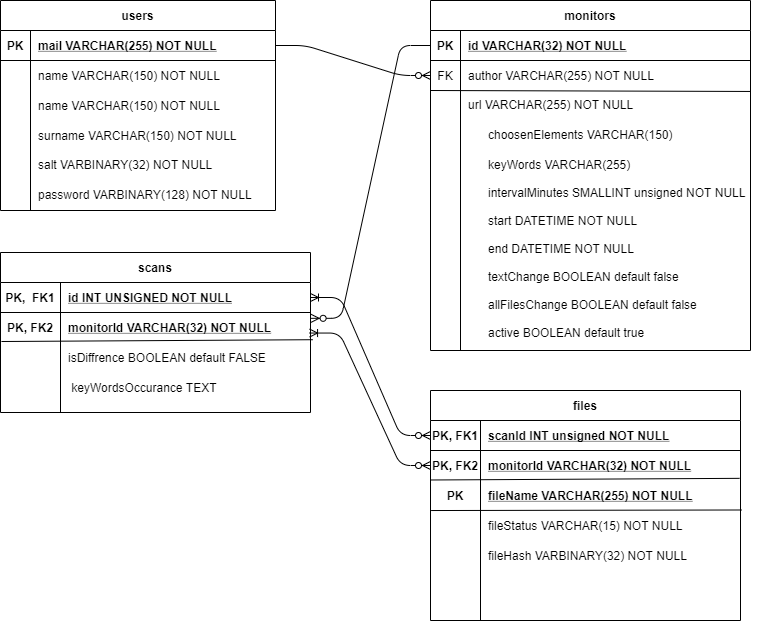
Above: pdf/db.png in JanKulbinski/WebsiteMonitor (draw.io), before the change. Source tidied: cells renumbered, new cells last; positions are measured from the earlier drawing's top-left corner, leaving out a move shared by most shapes.
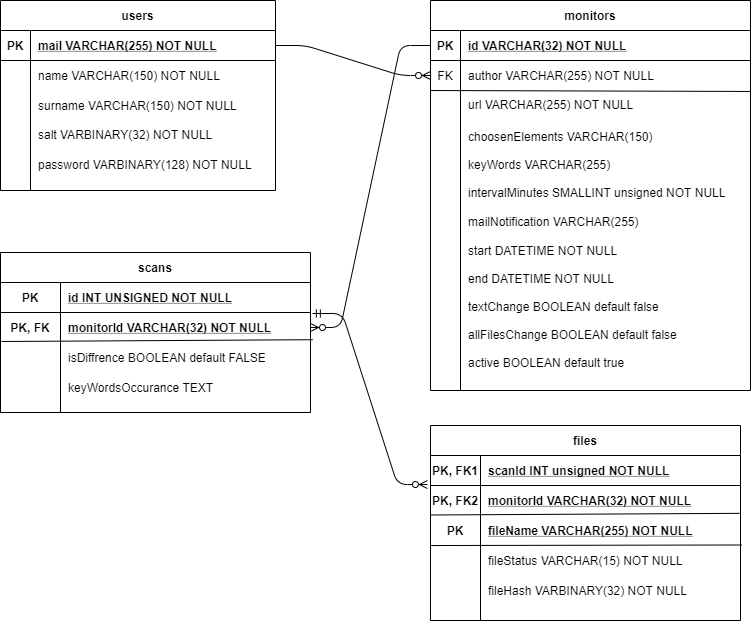
After the change.

Diff of the diagram source:
```diff
@@ -3,12 +3,12 @@
     <mxCell id="0" />
     <mxCell id="1" parent="0" />
     <mxCell id="2" value="scans" style="shape=table;startSize=30;rowLines=0;fontStyle=1;align=center;fillColor=none;" parent="1" vertex="1">
-      <mxGeometry y="252" width="310" height="160" as="geometry" />
+      <mxGeometry x="30" y="252" width="310" height="160" as="geometry" />
     </mxCell>
     <mxCell id="3" style="shape=partialRectangle;fillColor=none;points=[[0,0.5],[1,0.5]];portConstraint=eastwest;top=0;left=0;right=0;bottom=1;" parent="2" vertex="1">
       <mxGeometry y="30" width="310" height="30" as="geometry" />
     </mxCell>
-    <mxCell id="4" value="PK,  FK1" style="shape=partialRectangle;overflow=hidden;fillColor=none;top=0;left=0;bottom=0;right=0;fontStyle=1;" parent="3" vertex="1">
+    <mxCell id="4" value="PK" style="shape=partialRectangle;overflow=hidden;fillColor=none;top=0;left=0;bottom=0;right=0;fontStyle=1;" parent="3" vertex="1">
       <mxGeometry width="60" height="30" as="geometry" />
     </mxCell>
     <mxCell id="5" value="id INT UNSIGNED NOT NULL " style="shape=partialRectangle;overflow=hidden;fillColor=none;top=0;left=0;bottom=0;right=0;align=left;spacingLeft=6;fontStyle=5;" parent="3" vertex="1">
@@ -17,7 +17,7 @@
     <mxCell id="6" style="shape=partialRectangle;fillColor=none;points=[[0,0.5],[1,0.5]];portConstraint=eastwest;top=0;left=0;right=0;bottom=0;" parent="2" vertex="1">
       <mxGeometry y="60" width="310" height="30" as="geometry" />
     </mxCell>
-    <mxCell id="7" value="PK, FK2" style="shape=partialRectangle;overflow=hidden;fillColor=none;top=0;left=0;bottom=0;right=0;fontStyle=1;" parent="6" vertex="1">
+    <mxCell id="7" value="PK, FK" style="shape=partialRectangle;overflow=hidden;fillColor=none;top=0;left=0;bottom=0;right=0;fontStyle=1;" parent="6" vertex="1">
       <mxGeometry width="60" height="30" as="geometry" />
     </mxCell>
     <mxCell id="8" value="monitorId VARCHAR(32) NOT NULL" style="shape=partialRectangle;overflow=hidden;fillColor=none;top=0;left=0;bottom=0;right=0;align=left;spacingLeft=6;fontStyle=5;" parent="6" vertex="1">
@@ -38,14 +38,14 @@
     <mxCell id="13" style="shape=partialRectangle;fillColor=none;top=0;left=0;bottom=0;right=0;overflow=hidden;" parent="12" vertex="1">
       <mxGeometry width="60" height="30" as="geometry" />
     </mxCell>
-    <mxCell id="14" value=" keyWordsOccurance TEXT" style="shape=partialRectangle;fillColor=none;top=0;left=0;bottom=0;right=0;align=left;spacingLeft=6;overflow=hidden;" parent="12" vertex="1">
+    <mxCell id="14" value="keyWordsOccurance TEXT" style="shape=partialRectangle;fillColor=none;top=0;left=0;bottom=0;right=0;align=left;spacingLeft=6;overflow=hidden;" parent="12" vertex="1">
       <mxGeometry x="60" width="250" height="30" as="geometry" />
     </mxCell>
     <mxCell id="15" style="endArrow=none;html=1;fontSize=15;fontColor=#000000;entryX=1.007;entryY=0.907;entryDx=0;entryDy=0;entryPerimeter=0;exitX=0.003;exitY=-0.033;exitDx=0;exitDy=0;exitPerimeter=0;" parent="2" edge="1" source="9" target="6">
       <mxGeometry relative="1" as="geometry" />
     </mxCell>
     <mxCell id="16" value="files" style="shape=table;startSize=30;rowLines=0;fontStyle=1;align=center;fillColor=none;" parent="1" vertex="1">
-      <mxGeometry x="430" y="390" width="310" height="230" as="geometry" />
+      <mxGeometry x="460" y="425" width="310" height="195" as="geometry" />
     </mxCell>
     <mxCell id="17" style="shape=partialRectangle;fillColor=none;points=[[0,0.5],[1,0.5]];portConstraint=eastwest;top=0;left=0;right=0;bottom=1;" parent="16" vertex="1">
       <mxGeometry y="30" width="310" height="30" as="geometry" />
@@ -99,7 +99,7 @@
       <mxGeometry relative="1" as="geometry" />
     </mxCell>
     <mxCell id="34" value="users" style="shape=table;startSize=30;rowLines=0;fontStyle=1;align=center;fillColor=none;gradientColor=none;" parent="1" vertex="1">
-      <mxGeometry width="275" height="210" as="geometry" />
+      <mxGeometry x="30" width="275" height="190" as="geometry" />
     </mxCell>
     <mxCell id="35" style="shape=partialRectangle;fillColor=none;top=0;left=0;bottom=1;right=0;points=[[0,0.5],[1,0.5]];portConstraint=eastwest;" parent="34" vertex="1">
       <mxGeometry y="30" width="275" height="30" as="geometry" />
@@ -119,17 +119,8 @@
     <mxCell id="40" value="name VARCHAR(150) NOT NULL" style="shape=partialRectangle;fillColor=none;top=0;left=0;bottom=0;right=0;align=left;spacingLeft=6;overflow=hidden;" parent="38" vertex="1">
       <mxGeometry x="30" width="245" height="30" as="geometry" />
     </mxCell>
-    <mxCell id="41" style="shape=partialRectangle;fillColor=none;top=0;left=0;bottom=0;right=0;" parent="34" vertex="1">
-      <mxGeometry y="90" width="275" height="30" as="geometry" />
-    </mxCell>
-    <mxCell id="42" style="shape=partialRectangle;fillColor=none;top=0;left=0;bottom=0;right=0;overflow=hidden;" parent="41" vertex="1">
-      <mxGeometry width="30" height="30" as="geometry" />
-    </mxCell>
-    <mxCell id="43" value="name VARCHAR(150) NOT NULL" style="shape=partialRectangle;fillColor=none;top=0;left=0;bottom=0;right=0;align=left;spacingLeft=6;overflow=hidden;" parent="41" vertex="1">
-      <mxGeometry x="30" width="245" height="30" as="geometry" />
-    </mxCell>
     <mxCell id="44" style="shape=partialRectangle;fillColor=none;top=0;left=0;bottom=0;right=0;" parent="34" vertex="1">
-      <mxGeometry y="120" width="275" height="30" as="geometry" />
+      <mxGeometry y="90" width="275" height="30" as="geometry" />
     </mxCell>
     <mxCell id="45" style="shape=partialRectangle;fillColor=none;top=0;left=0;bottom=0;right=0;overflow=hidden;" parent="44" vertex="1">
       <mxGeometry width="30" height="30" as="geometry" />
@@ -138,7 +129,7 @@
       <mxGeometry x="30" width="245" height="30" as="geometry" />
     </mxCell>
     <mxCell id="47" style="shape=partialRectangle;fillColor=none;top=0;left=0;bottom=0;right=0;" parent="34" vertex="1">
-      <mxGeometry y="150" width="275" height="28" as="geometry" />
+      <mxGeometry y="120" width="275" height="28" as="geometry" />
     </mxCell>
     <mxCell id="48" style="shape=partialRectangle;fillColor=none;top=0;left=0;bottom=0;right=0;overflow=hidden;" parent="47" vertex="1">
       <mxGeometry width="30" height="28" as="geometry" />
@@ -146,11 +137,20 @@
     <mxCell id="49" value="salt VARBINARY(32) NOT NULL" style="shape=partialRectangle;fillColor=none;top=0;left=0;bottom=0;right=0;align=left;spacingLeft=6;overflow=hidden;" parent="47" vertex="1">
       <mxGeometry x="30" width="245" height="28" as="geometry" />
     </mxCell>
+    <mxCell id="41" style="shape=partialRectangle;fillColor=none;top=0;left=0;bottom=0;right=0;" parent="34" vertex="1">
+      <mxGeometry y="148" width="275" height="30" as="geometry" />
+    </mxCell>
+    <mxCell id="42" style="shape=partialRectangle;fillColor=none;top=0;left=0;bottom=0;right=0;overflow=hidden;" parent="41" vertex="1">
+      <mxGeometry width="30" height="30" as="geometry" />
+    </mxCell>
+    <mxCell id="43" style="shape=partialRectangle;fillColor=none;top=0;left=0;bottom=0;right=0;align=left;spacingLeft=6;overflow=hidden;" parent="41" vertex="1">
+      <mxGeometry x="30" width="245" height="30" as="geometry" />
+    </mxCell>
     <mxCell id="50" value="password VARBINARY(128) NOT NULL" style="shape=partialRectangle;fillColor=none;top=0;left=0;bottom=0;right=0;align=left;spacingLeft=6;overflow=hidden;" parent="1" vertex="1">
-      <mxGeometry x="30" y="180" width="245" height="28" as="geometry" />
+      <mxGeometry x="60" y="150" width="245" height="28" as="geometry" />
     </mxCell>
     <mxCell id="51" value="monitors" style="shape=table;startSize=30;rowLines=0;fontStyle=1;align=center;fillColor=none;gradientColor=none;" parent="1" vertex="1">
-      <mxGeometry x="430" width="320" height="350" as="geometry" />
+      <mxGeometry x="460" width="320" height="390" as="geometry" />
     </mxCell>
     <mxCell id="52" style="shape=partialRectangle;fillColor=none;top=0;left=0;bottom=1;right=0;points=[[0,0.5],[1,0.5]];portConstraint=eastwest;" parent="51" vertex="1">
       <mxGeometry y="30" width="320" height="30" as="geometry" />
@@ -180,31 +180,31 @@
       <mxGeometry x="30" width="290" height="28" as="geometry" />
     </mxCell>
     <mxCell id="61" value="choosenElements VARCHAR(150)" style="shape=partialRectangle;fillColor=none;top=0;left=0;bottom=0;right=0;align=left;spacingLeft=6;overflow=hidden;" parent="1" vertex="1">
-      <mxGeometry x="480" y="120" width="245" height="28" as="geometry" />
+      <mxGeometry x="490" y="122" width="245" height="28" as="geometry" />
     </mxCell>
     <mxCell id="62" value="keyWords VARCHAR(255)" style="shape=partialRectangle;fillColor=none;top=0;left=0;bottom=0;right=0;align=left;spacingLeft=6;overflow=hidden;" parent="1" vertex="1">
-      <mxGeometry x="480" y="150" width="245" height="28" as="geometry" />
+      <mxGeometry x="490" y="150" width="245" height="28" as="geometry" />
     </mxCell>
     <mxCell id="63" value="intervalMinutes SMALLINT unsigned NOT NULL" style="shape=partialRectangle;fillColor=none;top=0;left=0;bottom=0;right=0;align=left;spacingLeft=6;overflow=hidden;" parent="1" vertex="1">
-      <mxGeometry x="480" y="178" width="290" height="28" as="geometry" />
+      <mxGeometry x="490" y="178" width="290" height="28" as="geometry" />
     </mxCell>
     <mxCell id="64" value="start DATETIME NOT NULL" style="shape=partialRectangle;fillColor=none;top=0;left=0;bottom=0;right=0;align=left;spacingLeft=6;overflow=hidden;" parent="1" vertex="1">
-      <mxGeometry x="480" y="206" width="245" height="28" as="geometry" />
+      <mxGeometry x="490" y="236" width="245" height="28" as="geometry" />
     </mxCell>
     <mxCell id="65" value="end DATETIME NOT NULL" style="shape=partialRectangle;fillColor=none;top=0;left=0;bottom=0;right=0;align=left;spacingLeft=6;overflow=hidden;" parent="1" vertex="1">
-      <mxGeometry x="480" y="234" width="245" height="28" as="geometry" />
+      <mxGeometry x="490" y="264" width="245" height="28" as="geometry" />
     </mxCell>
     <mxCell id="66" value="textChange BOOLEAN default false" style="shape=partialRectangle;fillColor=none;top=0;left=0;bottom=0;right=0;align=left;spacingLeft=6;overflow=hidden;" parent="1" vertex="1">
-      <mxGeometry x="480" y="262" width="245" height="28" as="geometry" />
+      <mxGeometry x="490" y="292" width="245" height="28" as="geometry" />
     </mxCell>
     <mxCell id="67" value="allFilesChange BOOLEAN default false" style="shape=partialRectangle;fillColor=none;top=0;left=0;bottom=0;right=0;align=left;spacingLeft=6;overflow=hidden;" parent="1" vertex="1">
-      <mxGeometry x="480" y="290" width="245" height="28" as="geometry" />
+      <mxGeometry x="490" y="320" width="245" height="28" as="geometry" />
     </mxCell>
     <mxCell id="68" value="active BOOLEAN default true" style="shape=partialRectangle;fillColor=none;top=0;left=0;bottom=0;right=0;align=left;spacingLeft=6;overflow=hidden;" parent="1" vertex="1">
-      <mxGeometry x="480" y="318" width="245" height="28" as="geometry" />
+      <mxGeometry x="490" y="348" width="245" height="28" as="geometry" />
     </mxCell>
     <mxCell id="69" value="&lt;span style=&quot;color: rgb(0 , 0 , 0) ; font-family: &amp;#34;helvetica&amp;#34; ; font-size: 12px ; font-style: normal ; letter-spacing: normal ; text-align: center ; text-indent: 0px ; text-transform: none ; word-spacing: 0px ; display: inline ; float: none&quot;&gt;FK&lt;/span&gt;" style="text;whiteSpace=wrap;html=1;labelPosition=center;verticalLabelPosition=middle;align=center;verticalAlign=middle;" parent="1" vertex="1">
-      <mxGeometry x="430" y="60" width="30" height="30" as="geometry" />
+      <mxGeometry x="460" y="60" width="30" height="30" as="geometry" />
     </mxCell>
     <mxCell id="70" style="endArrow=none;html=1;exitX=0;exitY=1;exitDx=0;exitDy=0;entryX=1;entryY=1.032;entryDx=0;entryDy=0;entryPerimeter=0;" parent="1" edge="1" source="69" target="55">
       <mxGeometry relative="1" as="geometry" />
@@ -212,14 +212,14 @@
     <mxCell id="71" style="edgeStyle=entityRelationEdgeStyle;fontSize=12;html=1;endArrow=ERzeroToMany;endFill=1;entryX=0;entryY=0.5;entryDx=0;entryDy=0;exitX=1;exitY=0.5;exitDx=0;exitDy=0;" parent="1" edge="1" source="35" target="69">
       <mxGeometry relative="1" as="geometry" />
     </mxCell>
-    <mxCell id="72" style="edgeStyle=entityRelationEdgeStyle;fontSize=12;html=1;endArrow=ERzeroToMany;endFill=1;entryX=1.002;entryY=0.194;entryDx=0;entryDy=0;exitX=0;exitY=0.5;exitDx=0;exitDy=0;entryPerimeter=0;" parent="1" edge="1" source="52" target="6">
+    <mxCell id="72" style="edgeStyle=entityRelationEdgeStyle;fontSize=12;html=1;endArrow=ERzeroToMany;endFill=1;entryX=1;entryY=0.5;entryDx=0;entryDy=0;exitX=0;exitY=0.5;exitDx=0;exitDy=0;" parent="1" edge="1" source="52" target="6">
       <mxGeometry relative="1" as="geometry" />
     </mxCell>
-    <mxCell id="73" style="edgeStyle=entityRelationEdgeStyle;fontSize=12;html=1;endArrow=ERoneToMany;startArrow=ERzeroToMany;entryX=1;entryY=0.5;entryDx=0;entryDy=0;exitX=0;exitY=0.5;exitDx=0;exitDy=0;" parent="1" edge="1" source="17" target="3">
-      <mxGeometry relative="1" as="geometry" />
-    </mxCell>
-    <mxCell id="74" style="edgeStyle=entityRelationEdgeStyle;fontSize=12;html=1;endArrow=ERoneToMany;startArrow=ERzeroToMany;entryX=0.997;entryY=0.685;entryDx=0;entryDy=0;entryPerimeter=0;exitX=0;exitY=0.5;exitDx=0;exitDy=0;" parent="1" edge="1" source="20" target="6">
-      <mxGeometry relative="1" as="geometry" />
-    </mxCell>
+    <mxCell id="75" value="mailNotification VARCHAR(255)" style="shape=partialRectangle;fillColor=none;top=0;left=0;bottom=0;right=0;align=left;spacingLeft=6;overflow=hidden;" parent="1" vertex="1">
+      <mxGeometry x="490" y="206" width="290" height="30" as="geometry" />
+    </mxCell>
+    <mxCell id="76" style="edgeStyle=entityRelationEdgeStyle;fontSize=12;html=1;endArrow=ERzeroToMany;startArrow=ERmandOne;entryX=-0.01;entryY=-0.033;entryDx=0;entryDy=0;entryPerimeter=0;exitX=1.006;exitY=0.033;exitDx=0;exitDy=0;exitPerimeter=0;" parent="1" edge="1" source="6" target="20">
+      <mxGeometry relative="1" as="geometry" />
+    </mxCell>
   </root>
 </mxGraphModel>
```
